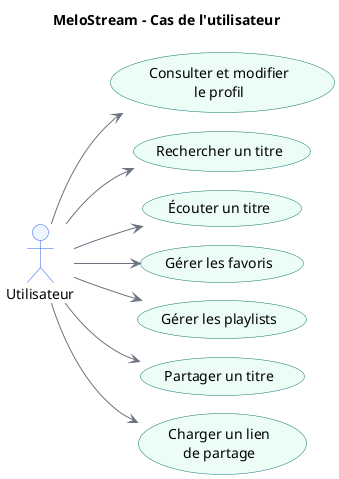
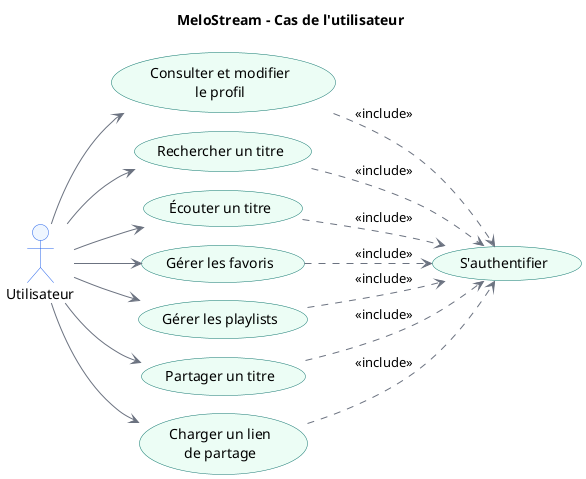
@startuml
!pragma layout smetana
left to right direction
skinparam backgroundColor white
skinparam shadowing false
skinparam defaultFontName Arial
skinparam ArrowColor #6B7280
skinparam ActorBorderColor #2563EB
skinparam ActorBackgroundColor #EFF6FF
skinparam UsecaseBorderColor #0F766E
skinparam UsecaseBackgroundColor #ECFDF5
skinparam RectangleBorderColor #D1D5DB
skinparam RectangleBackgroundColor #F8FAFC

title MeloStream - Cas de l'utilisateur

actor "Utilisateur" as User

+ usecase "S'authentifier" as UCAuth
usecase "Consulter et modifier\nle profil" as UCProfile
usecase "Rechercher un titre" as UCSearch
usecase "Écouter un titre" as UCListen
usecase "Gérer les favoris" as UCFavorites
usecase "Gérer les playlists" as UCPlaylists
usecase "Partager un titre" as UCShare
usecase "Charger un lien\nde partage" as UCSharedSong

User --> UCProfile
User --> UCSearch
User --> UCListen
User --> UCFavorites
User --> UCPlaylists
User --> UCShare
User --> UCSharedSong
+ 
+ UCProfile ..> UCAuth : <<include>>
+ UCSearch ..> UCAuth : <<include>>
+ UCListen ..> UCAuth : <<include>>
+ UCFavorites ..> UCAuth : <<include>>
+ UCPlaylists ..> UCAuth : <<include>>
+ UCShare ..> UCAuth : <<include>>
+ UCSharedSong ..> UCAuth : <<include>>
@enduml
